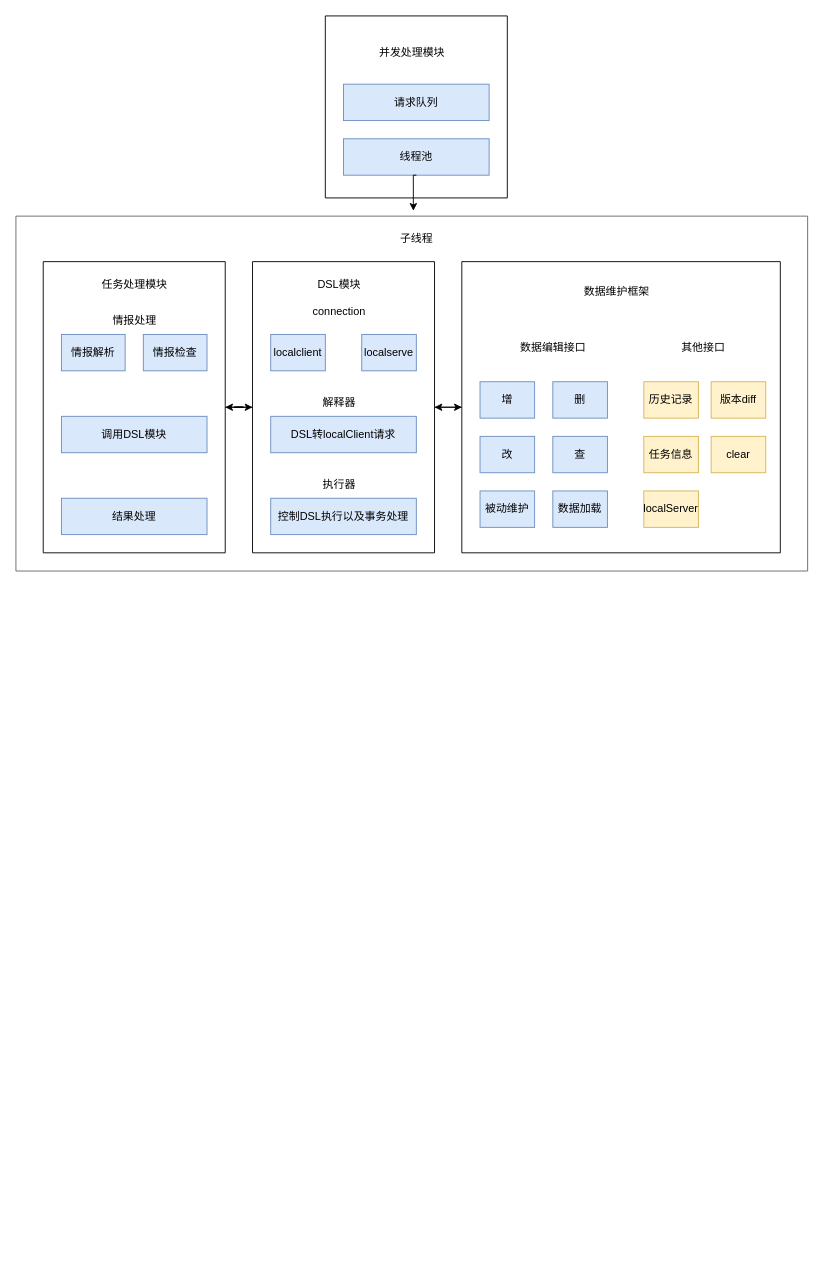
Before: kunyu-auto-server/前端自动化服务架构图.drawio in chaijinsong/draw.io, a draw.io diagram. Source tidied: cells renumbered, new cells numbered last; positions are measured from the earlier drawing's top-left corner, leaving out a move shared by most shapes. Both pictures are drawn from the tidied source at 91%, with x=0, y=0 at pixel (15, 15).
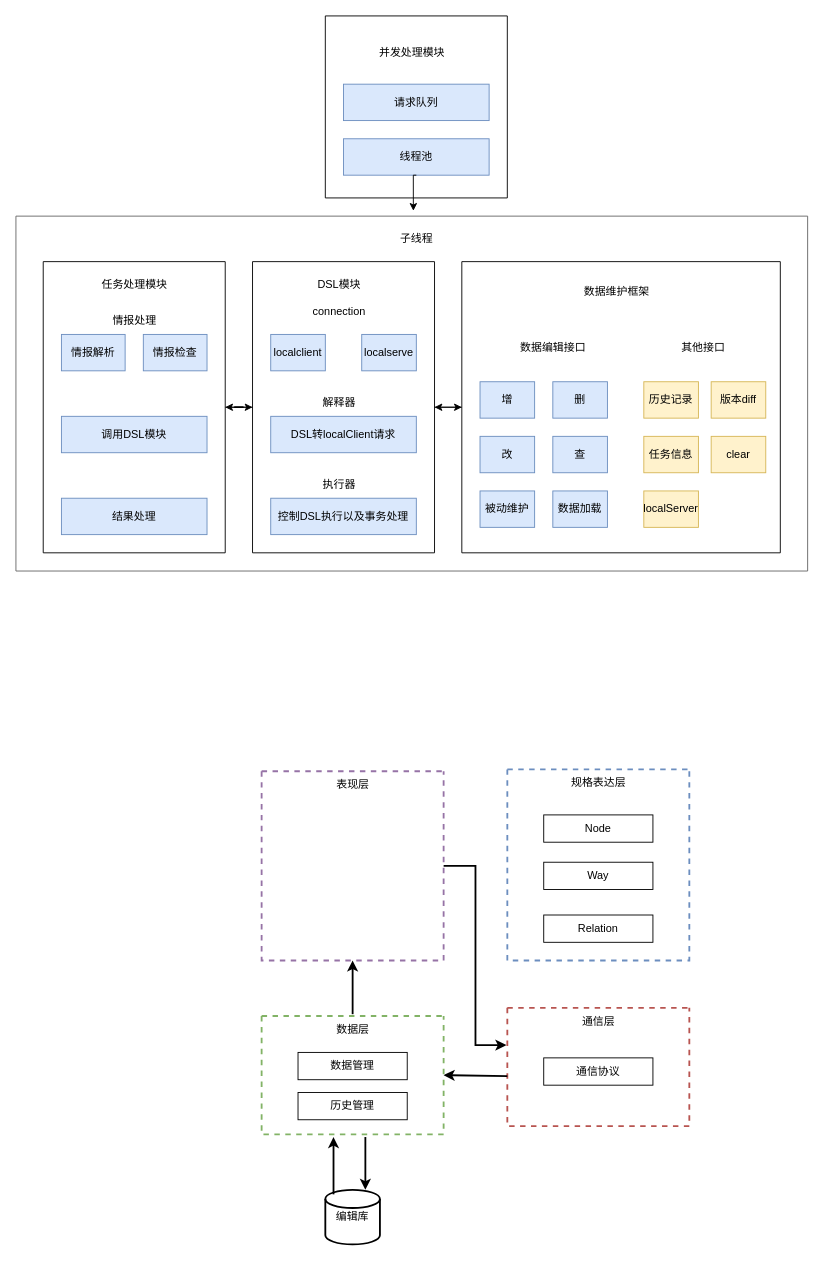
The same diagram, later.

Commit message:
更新前端自动化服务架构图.drawio

What changed in the source:
```diff
@@
+    <mxCell id="44" style="swimlane;startSize=0;fillColor=#dae8fc;strokeColor=#6c8ebf;strokeWidth=2;dashed=1;" parent="1" vertex="1">
+      <mxGeometry x="540" y="828" width="200" height="210" as="geometry" />
+    </mxCell>
+    <mxCell id="45" value="Node" style="rounded=0;whiteSpace=wrap;html=1;" parent="44" vertex="1">
+      <mxGeometry x="40" y="50" width="120" height="30" as="geometry" />
+    </mxCell>
+    <mxCell id="46" value="Way" style="rounded=0;whiteSpace=wrap;html=1;" parent="44" vertex="1">
+      <mxGeometry x="40" y="102" width="120" height="30" as="geometry" />
+    </mxCell>
+    <mxCell id="47" value="Relation" style="rounded=0;whiteSpace=wrap;html=1;" parent="44" vertex="1">
+      <mxGeometry x="40" y="160" width="120" height="30" as="geometry" />
+    </mxCell>
+    <mxCell id="48" value="规格表达层" style="text;html=1;align=center;verticalAlign=middle;strokeColor=none;fillColor=none;" parent="44" vertex="1">
+      <mxGeometry x="60" width="80" height="30" as="geometry" />
+    </mxCell>
+    <mxCell id="49" style="swimlane;startSize=0;fillColor=#f8cecc;strokeColor=#b85450;strokeWidth=2;dashed=1;" parent="1" vertex="1">
+      <mxGeometry x="540" y="1090" width="200" height="130" as="geometry" />
+    </mxCell>
+    <mxCell id="50" value="通信层" style="text;html=1;align=center;verticalAlign=middle;strokeColor=none;fillColor=none;" parent="49" vertex="1">
+      <mxGeometry x="70" width="60" height="30" as="geometry" />
+    </mxCell>
+    <mxCell id="51" value="通信协议" style="rounded=0;whiteSpace=wrap;html=1;" parent="49" vertex="1">
+      <mxGeometry x="40" y="55" width="120" height="30" as="geometry" />
+    </mxCell>
+    <mxCell id="52" style="swimlane;startSize=0;fillColor=#d5e8d4;strokeColor=#82b366;strokeWidth=2;dashed=1;" parent="1" vertex="1">
+      <mxGeometry x="270" y="1099" width="200" height="130" as="geometry" />
+    </mxCell>
+    <mxCell id="53" value="数据层" style="text;html=1;align=center;verticalAlign=middle;points=[];strokeColor=none;fillColor=none;" parent="52" vertex="1">
+      <mxGeometry x="70" width="60" height="30" as="geometry" />
+    </mxCell>
+    <mxCell id="54" value="数据管理" style="rounded=0;whiteSpace=wrap;html=1;" parent="52" vertex="1">
+      <mxGeometry x="40" y="40" width="120" height="30" as="geometry" />
+    </mxCell>
+    <mxCell id="55" value="历史管理" style="rounded=0;whiteSpace=wrap;html=1;" parent="52" vertex="1">
+      <mxGeometry x="40" y="84" width="120" height="30" as="geometry" />
+    </mxCell>
+    <mxCell id="56" value="编辑库" style="strokeWidth=2;html=1;shape=mxgraph.flowchart.database;whiteSpace=wrap;" parent="1" vertex="1">
+      <mxGeometry x="340" y="1290" width="60" height="60" as="geometry" />
+    </mxCell>
+    <mxCell id="57" style="endArrow=classic;html=1;rounded=0;strokeWidth=2;entryX=0.395;entryY=1.023;entryDx=0;entryDy=0;entryPerimeter=0;exitX=0.15;exitY=0.083;exitDx=0;exitDy=0;exitPerimeter=0;" parent="1" edge="1" source="56" target="52">
+      <mxGeometry relative="1" as="geometry" />
+    </mxCell>
+    <mxCell id="58" style="endArrow=classic;html=1;rounded=0;strokeWidth=2;exitX=0.57;exitY=1.023;exitDx=0;exitDy=0;exitPerimeter=0;" parent="1" edge="1" source="52">
+      <mxGeometry relative="1" as="geometry">
+        <mxPoint x="384" y="1290" as="targetPoint" />
+      </mxGeometry>
+    </mxCell>
+    <mxCell id="59" style="endArrow=classic;html=1;rounded=0;strokeWidth=2;entryX=1;entryY=0.5;entryDx=0;entryDy=0;exitX=0;exitY=0.577;exitDx=0;exitDy=0;exitPerimeter=0;" parent="1" edge="1" source="49" target="52">
+      <mxGeometry relative="1" as="geometry" />
+    </mxCell>
+    <mxCell id="60" style="swimlane;startSize=0;fillColor=#e1d5e7;strokeColor=#9673a6;strokeWidth=2;dashed=1;" parent="1" vertex="1">
+      <mxGeometry x="270" y="830" width="200" height="208" as="geometry" />
+    </mxCell>
+    <mxCell id="61" value="表现层" style="text;html=1;align=center;verticalAlign=middle;strokeColor=none;fillColor=none;" parent="60" vertex="1">
+      <mxGeometry x="70" width="60" height="30" as="geometry" />
+    </mxCell>
+    <mxCell id="62" style="endArrow=classic;html=1;rounded=0;strokeWidth=2;entryX=0.5;entryY=1;entryDx=0;entryDy=0;exitX=0.5;exitY=-0.067;exitDx=0;exitDy=0;exitPerimeter=0;" parent="1" edge="1" source="53" target="60">
+      <mxGeometry relative="1" as="geometry" />
+    </mxCell>
+    <mxCell id="63" style="edgeStyle=orthogonalEdgeStyle;rounded=0;jettySize=auto;html=1;entryX=-0.005;entryY=0.315;entryDx=0;entryDy=0;entryPerimeter=0;strokeWidth=2;" parent="1" edge="1" source="60" target="49">
+      <mxGeometry relative="1" as="geometry" />
+    </mxCell>
```
